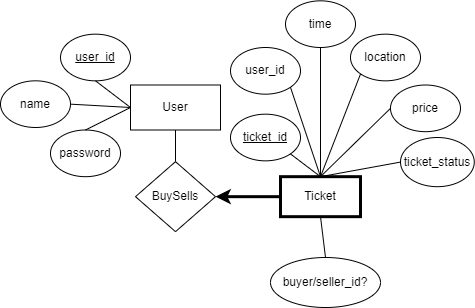
calbertan/Flame keeps this draw.io diagram as public/er diagram.png. Above is the earlier version. Source tidied: cells renumbered, new cells last; positions are measured from the earlier drawing's top-left corner, leaving out a move shared by most shapes. Source of this version:
```xml
<mxGraphModel>
  <root>
    <mxCell id="0" />
    <mxCell id="1" parent="0" />
    <mxCell id="2" value="User" style="rounded=0;whiteSpace=wrap;html=1;" parent="1" vertex="1">
      <mxGeometry x="130" y="84.5" width="90" height="45" as="geometry" />
    </mxCell>
    <mxCell id="3" value="&lt;u&gt;user_id&lt;/u&gt;" style="ellipse;whiteSpace=wrap;html=1;" parent="1" vertex="1">
      <mxGeometry x="60" y="33.7" width="70" height="46.7" as="geometry" />
    </mxCell>
    <mxCell id="4" value="name" style="ellipse;whiteSpace=wrap;html=1;" parent="1" vertex="1">
      <mxGeometry y="80.3" width="70" height="46.7" as="geometry" />
    </mxCell>
    <mxCell id="5" value="password" style="ellipse;whiteSpace=wrap;html=1;" parent="1" vertex="1">
      <mxGeometry x="50" y="129.5" width="70" height="46.7" as="geometry" />
    </mxCell>
    <mxCell id="6" style="edgeStyle=orthogonalEdgeStyle;rounded=0;jettySize=auto;html=1;entryX=1;entryY=0.5;entryDx=0;entryDy=0;strokeWidth=3;" parent="1" edge="1" source="7" target="21">
      <mxGeometry relative="1" as="geometry" />
    </mxCell>
    <mxCell id="7" value="Ticket" style="rounded=0;whiteSpace=wrap;html=1;strokeWidth=3;" parent="1" vertex="1">
      <mxGeometry x="280" y="176.2" width="80" height="40" as="geometry" />
    </mxCell>
    <mxCell id="8" value="&lt;u&gt;ticket_id&lt;/u&gt;" style="ellipse;whiteSpace=wrap;html=1;" parent="1" vertex="1">
      <mxGeometry x="230" y="113.7" width="70" height="46.7" as="geometry" />
    </mxCell>
    <mxCell id="9" value="location" style="ellipse;whiteSpace=wrap;html=1;" parent="1" vertex="1">
      <mxGeometry x="350" y="33.7" width="70" height="46.7" as="geometry" />
    </mxCell>
    <mxCell id="10" value="price" style="ellipse;whiteSpace=wrap;html=1;" parent="1" vertex="1">
      <mxGeometry x="390" y="84.5" width="70" height="46.7" as="geometry" />
    </mxCell>
    <mxCell id="11" value="user_id" style="ellipse;whiteSpace=wrap;html=1;" parent="1" vertex="1">
      <mxGeometry x="230" y="47" width="70" height="46.7" as="geometry" />
    </mxCell>
    <mxCell id="12" value="time" style="ellipse;whiteSpace=wrap;html=1;" parent="1" vertex="1">
      <mxGeometry x="285" y="0.3" width="70" height="46.7" as="geometry" />
    </mxCell>
    <mxCell id="13" style="endArrow=none;html=1;rounded=0;exitX=0.5;exitY=0;exitDx=0;exitDy=0;entryX=1;entryY=1;entryDx=0;entryDy=0;" parent="1" edge="1" source="7" target="8">
      <mxGeometry relative="1" as="geometry" />
    </mxCell>
    <mxCell id="14" style="endArrow=none;html=1;rounded=0;entryX=0;entryY=0.5;entryDx=0;entryDy=0;exitX=0.5;exitY=0;exitDx=0;exitDy=0;" parent="1" edge="1" source="7" target="10">
      <mxGeometry relative="1" as="geometry" />
    </mxCell>
    <mxCell id="15" style="endArrow=none;html=1;rounded=0;exitX=0.5;exitY=0;exitDx=0;exitDy=0;entryX=1;entryY=1;entryDx=0;entryDy=0;" parent="1" edge="1" source="7" target="11">
      <mxGeometry relative="1" as="geometry" />
    </mxCell>
    <mxCell id="16" style="endArrow=none;html=1;rounded=0;exitX=0.5;exitY=1;exitDx=0;exitDy=0;entryX=0.5;entryY=0;entryDx=0;entryDy=0;" parent="1" edge="1" source="12" target="7">
      <mxGeometry relative="1" as="geometry" />
    </mxCell>
    <mxCell id="17" style="endArrow=none;html=1;rounded=0;exitX=0;exitY=1;exitDx=0;exitDy=0;entryX=0.5;entryY=0;entryDx=0;entryDy=0;" parent="1" edge="1" source="9" target="7">
      <mxGeometry relative="1" as="geometry" />
    </mxCell>
    <mxCell id="18" style="endArrow=none;html=1;rounded=0;exitX=0;exitY=0.5;exitDx=0;exitDy=0;entryX=0.5;entryY=1;entryDx=0;entryDy=0;" parent="1" edge="1" source="2" target="3">
      <mxGeometry relative="1" as="geometry" />
    </mxCell>
    <mxCell id="19" style="endArrow=none;html=1;rounded=0;entryX=1;entryY=0.5;entryDx=0;entryDy=0;exitX=0;exitY=0.5;exitDx=0;exitDy=0;" parent="1" edge="1" source="2" target="4">
      <mxGeometry relative="1" as="geometry" />
    </mxCell>
    <mxCell id="20" style="endArrow=none;html=1;rounded=0;exitX=0;exitY=0.5;exitDx=0;exitDy=0;entryX=0.5;entryY=0;entryDx=0;entryDy=0;" parent="1" edge="1" source="2" target="5">
      <mxGeometry relative="1" as="geometry" />
    </mxCell>
    <mxCell id="21" value="BuySells" style="rhombus;whiteSpace=wrap;html=1;strokeWidth=1;" parent="1" vertex="1">
      <mxGeometry x="135" y="161.2" width="80" height="70" as="geometry" />
    </mxCell>
    <mxCell id="22" style="endArrow=none;html=1;rounded=0;exitX=0.5;exitY=0;exitDx=0;exitDy=0;entryX=0.5;entryY=1;entryDx=0;entryDy=0;" parent="1" edge="1" source="21" target="2">
      <mxGeometry relative="1" as="geometry" />
    </mxCell>
    <mxCell id="23" value="ticket_status" style="ellipse;whiteSpace=wrap;html=1;" parent="1" vertex="1">
      <mxGeometry x="400" y="137" width="73.8" height="49.2" as="geometry" />
    </mxCell>
    <mxCell id="24" value="buyer/seller_id?" style="ellipse;whiteSpace=wrap;html=1;" parent="1" vertex="1">
      <mxGeometry x="270" y="257" width="110" height="50" as="geometry" />
    </mxCell>
    <mxCell id="25" style="endArrow=none;html=1;rounded=0;entryX=0;entryY=0.5;entryDx=0;entryDy=0;exitX=0.5;exitY=0;exitDx=0;exitDy=0;" parent="1" edge="1" source="7" target="23">
      <mxGeometry relative="1" as="geometry" />
    </mxCell>
    <mxCell id="26" style="endArrow=none;html=1;rounded=0;entryX=0.5;entryY=0;entryDx=0;entryDy=0;exitX=0.5;exitY=1;exitDx=0;exitDy=0;" parent="1" edge="1" source="7" target="24">
      <mxGeometry relative="1" as="geometry" />
    </mxCell>
  </root>
</mxGraphModel>
```
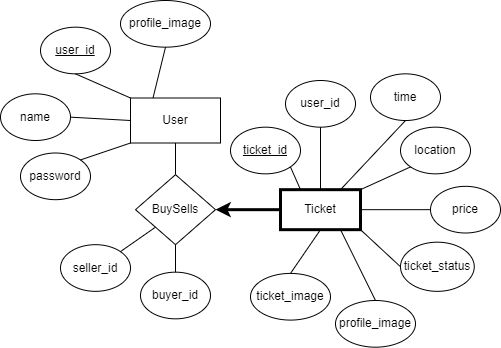
Later version of the same file.

Diff of the diagram source:
```diff
@@ -6,13 +6,13 @@
       <mxGeometry x="130" y="84.5" width="90" height="45" as="geometry" />
     </mxCell>
     <mxCell id="3" value="&lt;u&gt;user_id&lt;/u&gt;" style="ellipse;whiteSpace=wrap;html=1;" parent="1" vertex="1">
-      <mxGeometry x="60" y="33.7" width="70" height="46.7" as="geometry" />
+      <mxGeometry x="40" y="13.7" width="70" height="46.7" as="geometry" />
     </mxCell>
     <mxCell id="4" value="name" style="ellipse;whiteSpace=wrap;html=1;" parent="1" vertex="1">
       <mxGeometry y="80.3" width="70" height="46.7" as="geometry" />
     </mxCell>
     <mxCell id="5" value="password" style="ellipse;whiteSpace=wrap;html=1;" parent="1" vertex="1">
-      <mxGeometry x="50" y="129.5" width="70" height="46.7" as="geometry" />
+      <mxGeometry x="20" y="139.5" width="70" height="46.7" as="geometry" />
     </mxCell>
     <mxCell id="6" style="edgeStyle=orthogonalEdgeStyle;rounded=0;jettySize=auto;html=1;entryX=1;entryY=0.5;entryDx=0;entryDy=0;strokeWidth=3;" parent="1" edge="1" source="7" target="21">
       <mxGeometry relative="1" as="geometry" />
@@ -24,39 +24,39 @@
       <mxGeometry x="230" y="113.7" width="70" height="46.7" as="geometry" />
     </mxCell>
     <mxCell id="9" value="location" style="ellipse;whiteSpace=wrap;html=1;" parent="1" vertex="1">
-      <mxGeometry x="350" y="33.7" width="70" height="46.7" as="geometry" />
+      <mxGeometry x="400" y="113.7" width="70" height="46.7" as="geometry" />
     </mxCell>
     <mxCell id="10" value="price" style="ellipse;whiteSpace=wrap;html=1;" parent="1" vertex="1">
-      <mxGeometry x="390" y="84.5" width="70" height="46.7" as="geometry" />
+      <mxGeometry x="430" y="172.8" width="70" height="46.7" as="geometry" />
     </mxCell>
     <mxCell id="11" value="user_id" style="ellipse;whiteSpace=wrap;html=1;" parent="1" vertex="1">
-      <mxGeometry x="230" y="47" width="70" height="46.7" as="geometry" />
+      <mxGeometry x="285" y="67" width="70" height="46.7" as="geometry" />
     </mxCell>
     <mxCell id="12" value="time" style="ellipse;whiteSpace=wrap;html=1;" parent="1" vertex="1">
-      <mxGeometry x="285" y="0.3" width="70" height="46.7" as="geometry" />
+      <mxGeometry x="370" y="60.3" width="70" height="46.7" as="geometry" />
     </mxCell>
-    <mxCell id="13" style="endArrow=none;html=1;rounded=0;exitX=0.5;exitY=0;exitDx=0;exitDy=0;entryX=1;entryY=1;entryDx=0;entryDy=0;" parent="1" edge="1" source="7" target="8">
+    <mxCell id="13" style="endArrow=none;html=1;rounded=0;exitX=0.25;exitY=0;exitDx=0;exitDy=0;entryX=1;entryY=1;entryDx=0;entryDy=0;" parent="1" edge="1" source="7" target="8">
       <mxGeometry relative="1" as="geometry" />
     </mxCell>
-    <mxCell id="14" style="endArrow=none;html=1;rounded=0;entryX=0;entryY=0.5;entryDx=0;entryDy=0;exitX=0.5;exitY=0;exitDx=0;exitDy=0;" parent="1" edge="1" source="7" target="10">
+    <mxCell id="14" style="endArrow=none;html=1;rounded=0;entryX=0;entryY=0.5;entryDx=0;entryDy=0;exitX=1;exitY=0.5;exitDx=0;exitDy=0;" parent="1" edge="1" source="7" target="10">
       <mxGeometry relative="1" as="geometry" />
     </mxCell>
-    <mxCell id="15" style="endArrow=none;html=1;rounded=0;exitX=0.5;exitY=0;exitDx=0;exitDy=0;entryX=1;entryY=1;entryDx=0;entryDy=0;" parent="1" edge="1" source="7" target="11">
+    <mxCell id="15" style="endArrow=none;html=1;rounded=0;exitX=0.5;exitY=0;exitDx=0;exitDy=0;entryX=0.5;entryY=1;entryDx=0;entryDy=0;" parent="1" edge="1" source="7" target="11">
       <mxGeometry relative="1" as="geometry" />
     </mxCell>
-    <mxCell id="16" style="endArrow=none;html=1;rounded=0;exitX=0.5;exitY=1;exitDx=0;exitDy=0;entryX=0.5;entryY=0;entryDx=0;entryDy=0;" parent="1" edge="1" source="12" target="7">
+    <mxCell id="16" style="endArrow=none;html=1;rounded=0;exitX=0.5;exitY=1;exitDx=0;exitDy=0;entryX=0.75;entryY=0;entryDx=0;entryDy=0;" parent="1" edge="1" source="12" target="7">
       <mxGeometry relative="1" as="geometry" />
     </mxCell>
-    <mxCell id="17" style="endArrow=none;html=1;rounded=0;exitX=0;exitY=1;exitDx=0;exitDy=0;entryX=0.5;entryY=0;entryDx=0;entryDy=0;" parent="1" edge="1" source="9" target="7">
+    <mxCell id="17" style="endArrow=none;html=1;rounded=0;exitX=0;exitY=1;exitDx=0;exitDy=0;entryX=1;entryY=0;entryDx=0;entryDy=0;" parent="1" edge="1" source="9" target="7">
       <mxGeometry relative="1" as="geometry" />
     </mxCell>
-    <mxCell id="18" style="endArrow=none;html=1;rounded=0;exitX=0;exitY=0.5;exitDx=0;exitDy=0;entryX=0.5;entryY=1;entryDx=0;entryDy=0;" parent="1" edge="1" source="2" target="3">
+    <mxCell id="18" style="endArrow=none;html=1;rounded=0;exitX=0;exitY=0;exitDx=0;exitDy=0;entryX=0.5;entryY=1;entryDx=0;entryDy=0;" parent="1" edge="1" source="2" target="3">
       <mxGeometry relative="1" as="geometry" />
     </mxCell>
     <mxCell id="19" style="endArrow=none;html=1;rounded=0;entryX=1;entryY=0.5;entryDx=0;entryDy=0;exitX=0;exitY=0.5;exitDx=0;exitDy=0;" parent="1" edge="1" source="2" target="4">
       <mxGeometry relative="1" as="geometry" />
     </mxCell>
-    <mxCell id="20" style="endArrow=none;html=1;rounded=0;exitX=0;exitY=0.5;exitDx=0;exitDy=0;entryX=0.5;entryY=0;entryDx=0;entryDy=0;" parent="1" edge="1" source="2" target="5">
+    <mxCell id="20" style="endArrow=none;html=1;rounded=0;exitX=0;exitY=1;exitDx=0;exitDy=0;entryX=1;entryY=0;entryDx=0;entryDy=0;" parent="1" edge="1" source="2" target="5">
       <mxGeometry relative="1" as="geometry" />
     </mxCell>
     <mxCell id="21" value="BuySells" style="rhombus;whiteSpace=wrap;html=1;strokeWidth=1;" parent="1" vertex="1">
@@ -66,16 +66,40 @@
       <mxGeometry relative="1" as="geometry" />
     </mxCell>
     <mxCell id="23" value="ticket_status" style="ellipse;whiteSpace=wrap;html=1;" parent="1" vertex="1">
-      <mxGeometry x="400" y="137" width="73.8" height="49.2" as="geometry" />
+      <mxGeometry x="400" y="228.7" width="73.8" height="49.2" as="geometry" />
     </mxCell>
-    <mxCell id="24" value="buyer/seller_id?" style="ellipse;whiteSpace=wrap;html=1;" parent="1" vertex="1">
-      <mxGeometry x="270" y="257" width="110" height="50" as="geometry" />
-    </mxCell>
-    <mxCell id="25" style="endArrow=none;html=1;rounded=0;entryX=0;entryY=0.5;entryDx=0;entryDy=0;exitX=0.5;exitY=0;exitDx=0;exitDy=0;" parent="1" edge="1" source="7" target="23">
+    <mxCell id="25" style="endArrow=none;html=1;rounded=0;entryX=0;entryY=0.5;entryDx=0;entryDy=0;exitX=1;exitY=1;exitDx=0;exitDy=0;" parent="1" edge="1" source="7" target="23">
       <mxGeometry relative="1" as="geometry" />
     </mxCell>
-    <mxCell id="26" style="endArrow=none;html=1;rounded=0;entryX=0.5;entryY=0;entryDx=0;entryDy=0;exitX=0.5;exitY=1;exitDx=0;exitDy=0;" parent="1" edge="1" source="7" target="24">
+    <mxCell id="26" style="endArrow=none;html=1;rounded=0;exitX=0.5;exitY=1;exitDx=0;exitDy=0;entryX=0.5;entryY=0;entryDx=0;entryDy=0;" parent="1" edge="1" source="7" target="33">
       <mxGeometry relative="1" as="geometry" />
     </mxCell>
+    <mxCell id="27" value="profile_image" style="ellipse;whiteSpace=wrap;html=1;" parent="1" vertex="1">
+      <mxGeometry x="120" y="-13" width="90" height="46.7" as="geometry" />
+    </mxCell>
+    <mxCell id="28" style="endArrow=none;html=1;rounded=0;exitX=0.25;exitY=0;exitDx=0;exitDy=0;entryX=0.5;entryY=1;entryDx=0;entryDy=0;" parent="1" edge="1" source="2" target="27">
+      <mxGeometry relative="1" as="geometry" />
+    </mxCell>
+    <mxCell id="29" value="seller_id" style="ellipse;whiteSpace=wrap;html=1;" parent="1" vertex="1">
+      <mxGeometry x="60" y="231.2" width="70" height="46.7" as="geometry" />
+    </mxCell>
+    <mxCell id="30" value="buyer_id" style="ellipse;whiteSpace=wrap;html=1;" parent="1" vertex="1">
+      <mxGeometry x="140" y="258.7" width="70" height="46.7" as="geometry" />
+    </mxCell>
+    <mxCell id="31" style="endArrow=none;html=1;rounded=0;exitX=0;exitY=1;exitDx=0;exitDy=0;entryX=1;entryY=0;entryDx=0;entryDy=0;" parent="1" edge="1" source="21" target="29">
+      <mxGeometry relative="1" as="geometry" />
+    </mxCell>
+    <mxCell id="32" style="endArrow=none;html=1;rounded=0;exitX=0.5;exitY=1;exitDx=0;exitDy=0;entryX=0.5;entryY=0;entryDx=0;entryDy=0;" parent="1" edge="1" source="21" target="30">
+      <mxGeometry relative="1" as="geometry" />
+    </mxCell>
+    <mxCell id="33" value="ticket_image" style="ellipse;whiteSpace=wrap;html=1;" parent="1" vertex="1">
+      <mxGeometry x="250" y="259.9" width="80" height="46.7" as="geometry" />
+    </mxCell>
+    <mxCell id="34" value="profile_image" style="ellipse;whiteSpace=wrap;html=1;" parent="1" vertex="1">
+      <mxGeometry x="335" y="287" width="80" height="46.7" as="geometry" />
+    </mxCell>
+    <mxCell id="35" style="endArrow=none;html=1;rounded=0;entryX=0.5;entryY=0;entryDx=0;entryDy=0;exitX=0.75;exitY=1;exitDx=0;exitDy=0;" parent="1" edge="1" source="7" target="34">
+      <mxGeometry relative="1" as="geometry" />
+    </mxCell>
   </root>
 </mxGraphModel>
```
